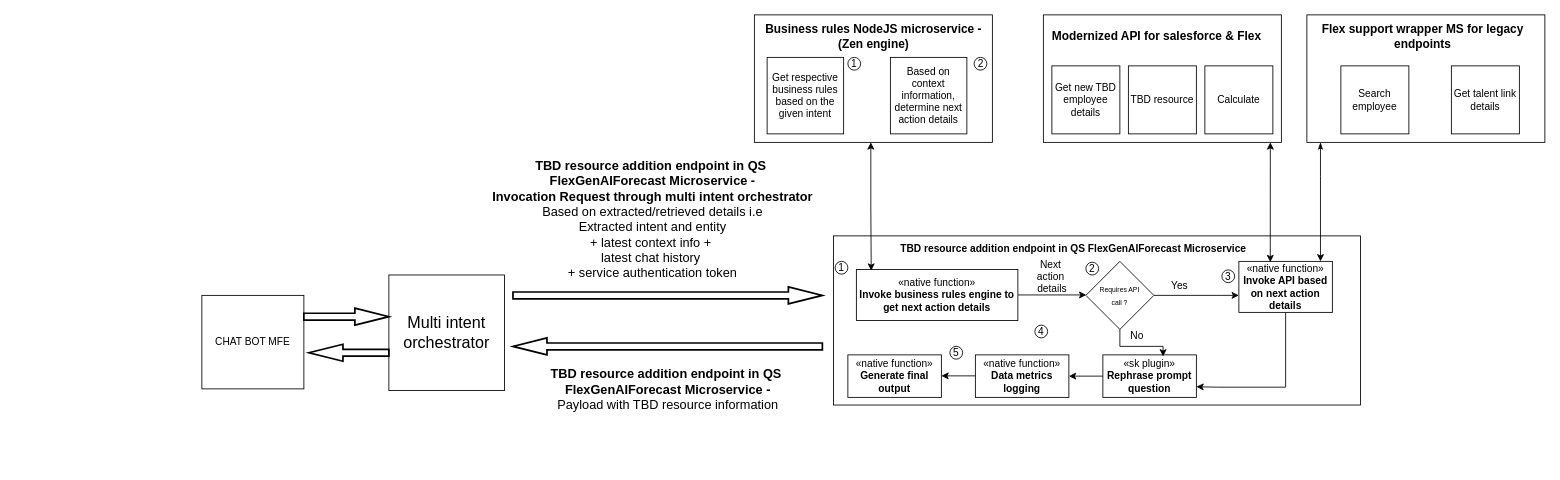
The draw.io diagram ahld.drawio in sampath-E1005112/drawio-images, before the edit. Source tidied: cells renumbered, new cells numbered last; positions are measured from the earlier drawing's top-left corner, leaving out a move shared by most shapes. Both pictures are drawn from the tidied source at 85%, with x=0, y=0 at pixel (201, 14).
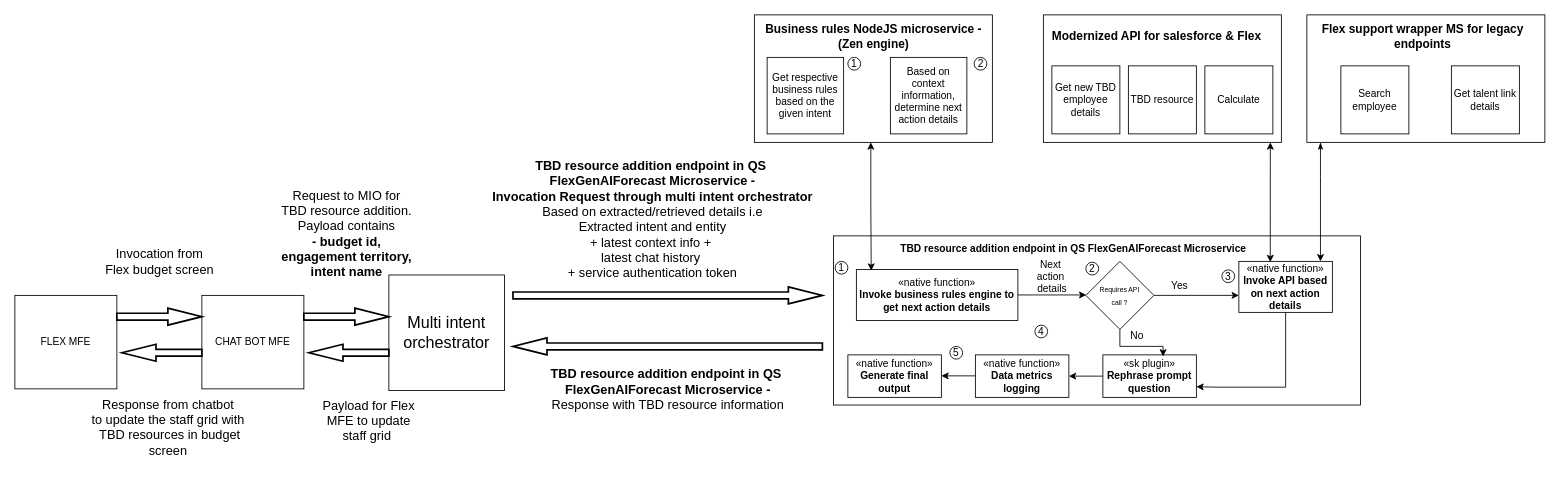
After the change.

What changed in the source:
```diff
@@
-    <mxCell id="6" value="&lt;b&gt;&lt;font style=&quot;font-size: 15px;&quot;&gt;TBD resource addition endpoint in QS&amp;nbsp;&lt;/font&gt;&lt;/b&gt;&lt;div&gt;&lt;b&gt;&lt;font style=&quot;font-size: 15px;&quot;&gt;FlexGenAIForecast Microservice -&lt;/font&gt;&lt;/b&gt;&lt;div&gt;&lt;span style=&quot;font-size: 15px;&quot;&gt;Payload with TBD resource information&lt;/span&gt;&lt;/div&gt;&lt;/div&gt;" style="text;html=1;align=center;verticalAlign=middle;strokeColor=none;fillColor=none;" parent="1" vertex="1">
+    <mxCell id="6" value="&lt;b&gt;&lt;font style=&quot;font-size: 15px;&quot;&gt;TBD resource addition endpoint in QS&amp;nbsp;&lt;/font&gt;&lt;/b&gt;&lt;div&gt;&lt;b&gt;&lt;font style=&quot;font-size: 15px;&quot;&gt;FlexGenAIForecast Microservice -&lt;/font&gt;&lt;/b&gt;&lt;div&gt;&lt;span style=&quot;font-size: 15px;&quot;&gt;Response with TBD resource information&lt;/span&gt;&lt;/div&gt;&lt;/div&gt;" style="text;html=1;align=center;verticalAlign=middle;strokeColor=none;fillColor=none;" parent="1" vertex="1">
       <mxGeometry x="398" y="405" width="300" height="70" as="geometry" />
     </mxCell>
@@
+    <mxCell id="50" value="FLEX MFE" style="rounded=0;whiteSpace=wrap;html=1;" parent="1" vertex="1">
+      <mxGeometry x="-220" y="330" width="120" height="110" as="geometry" />
+    </mxCell>
+    <mxCell id="51" style="verticalLabelPosition=bottom;verticalAlign=top;html=1;strokeWidth=2;shape=mxgraph.arrows2.arrow;dy=0.6;dx=40;notch=0;" parent="1" vertex="1">
+      <mxGeometry x="-100" y="345" width="100" height="20" as="geometry" />
+    </mxCell>
+    <mxCell id="52" style="verticalLabelPosition=bottom;verticalAlign=top;html=1;strokeWidth=2;shape=mxgraph.arrows2.arrow;dy=0.6;dx=40;notch=0;rotation=-180;" parent="1" vertex="1">
+      <mxGeometry x="-94" y="387.5" width="94" height="20" as="geometry" />
+    </mxCell>
+    <mxCell id="53" value="&lt;span style=&quot;font-size: 15px;&quot;&gt;Response from chatbot &lt;br&gt;to update the staff grid with&lt;br&gt;&amp;nbsp;TBD resources&amp;nbsp;&lt;/span&gt;&lt;span style=&quot;font-size: 15px;&quot;&gt;in budget &lt;br&gt;screen&lt;/span&gt;&lt;span style=&quot;font-size: 15px;&quot;&gt;&lt;/span&gt;" style="text;html=1;align=center;verticalAlign=middle;strokeColor=none;fillColor=none;" parent="1" vertex="1">
+      <mxGeometry x="-140" y="440" width="200" height="90" as="geometry" />
+    </mxCell>
+    <mxCell id="54" value="&lt;span style=&quot;font-size: 15px;&quot;&gt;Invocation from &lt;br&gt;Flex budget screen&lt;/span&gt;" style="text;html=1;align=center;verticalAlign=middle;strokeColor=none;fillColor=none;" parent="1" vertex="1">
+      <mxGeometry x="-125" y="265" width="150" height="50" as="geometry" />
+    </mxCell>
+    <mxCell id="55" value="&lt;span style=&quot;font-size: 15px;&quot;&gt;Request to MIO for &lt;br&gt;TBD resource addition.&lt;br&gt;Payload contains&lt;br&gt;&lt;b&gt;- budget id, &lt;br&gt;engagement territory, &lt;br&gt;intent name&lt;/b&gt;&lt;br&gt;&lt;br&gt;&lt;/span&gt;" style="text;html=1;align=center;verticalAlign=middle;strokeColor=none;fillColor=none;" parent="1" vertex="1">
+      <mxGeometry x="80" y="196" width="180" height="140" as="geometry" />
+    </mxCell>
+    <mxCell id="56" value="&lt;span style=&quot;font-size: 15px;&quot;&gt;Payload for Flex &lt;br&gt;MFE to update &lt;br&gt;staff grid&amp;nbsp;&lt;/span&gt;" style="text;html=1;align=center;verticalAlign=middle;strokeColor=none;fillColor=none;" parent="1" vertex="1">
+      <mxGeometry x="131" y="442" width="130" height="70" as="geometry" />
+    </mxCell>
```
